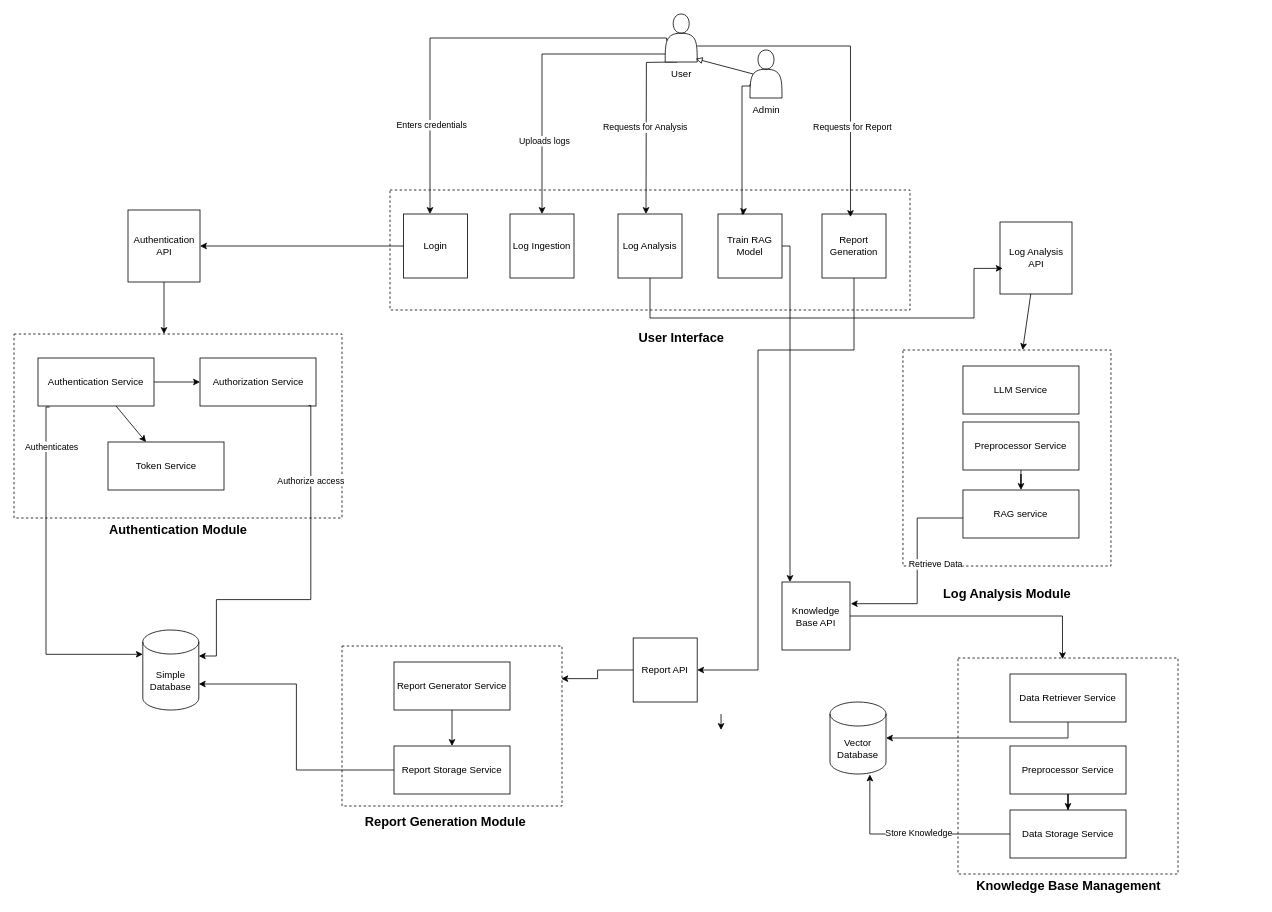
This is Untitled Diagram.drawio from Noumannomi123/LogsMate, a draw.io file, before an edit. Source tidied: cells renumbered, new cells numbered last; positions are measured from the earlier drawing's top-left corner, leaving out a move shared by most shapes. Both pictures are drawn from the tidied source at 80%, with x=0, y=0 at pixel (14, 14).
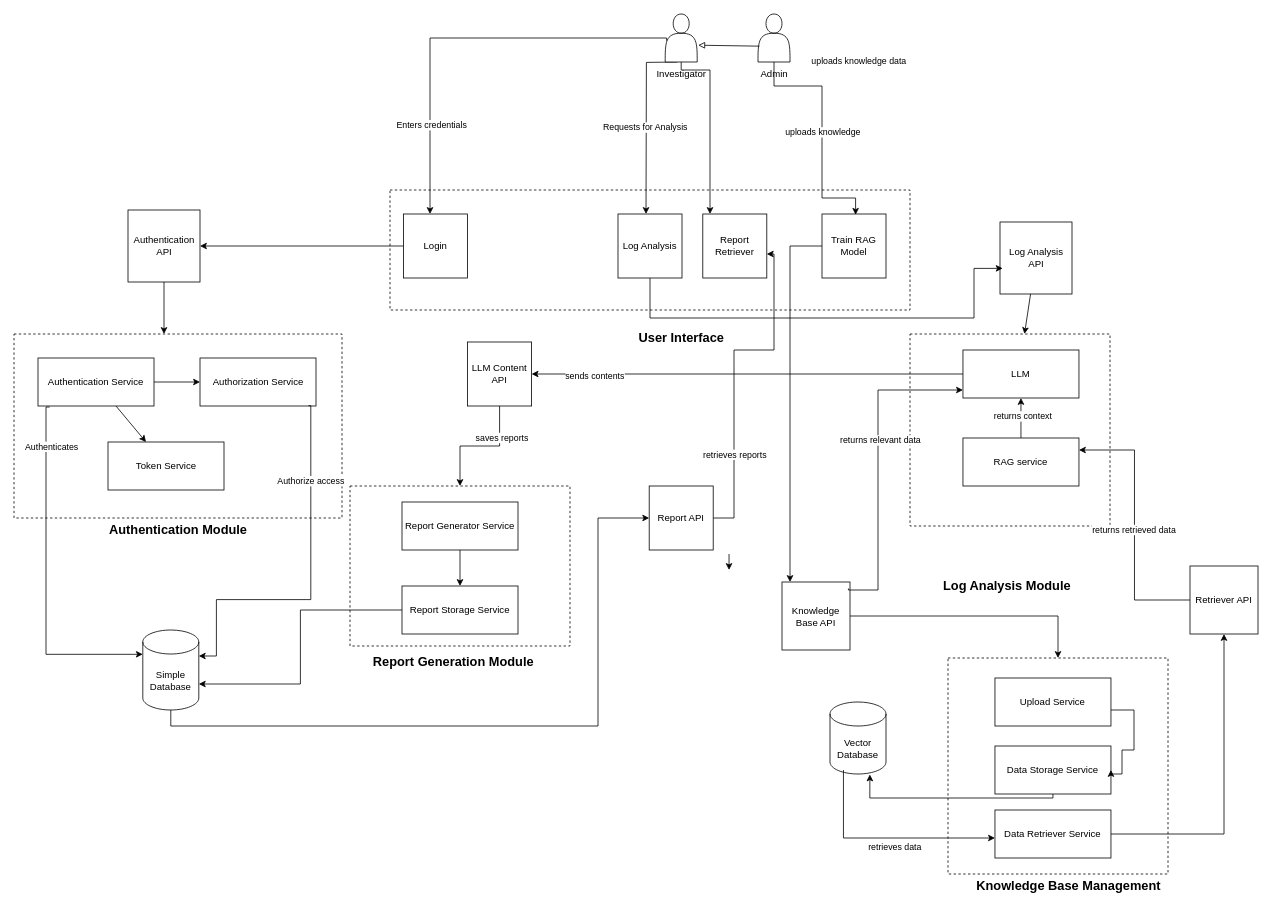
After the change.

Unchanged cells that the change refers to:
```xml
<mxCell id="7" style="shape=actor;whiteSpace=wrap;html=1;" parent="1" vertex="1">
  <mxGeometry x="814" width="40" height="60" as="geometry" />
</mxCell>
<mxCell id="19" value="Simple Database" style="shape=cylinder3;whiteSpace=wrap;html=1;boundedLbl=1;backgroundOutline=1;size=15;" parent="1" vertex="1">
  <mxGeometry x="161" y="770" width="70" height="100" as="geometry" />
</mxCell>
<mxCell id="42" value="Vector Database" style="shape=cylinder3;whiteSpace=wrap;html=1;boundedLbl=1;backgroundOutline=1;size=15;" parent="1" vertex="1">
  <mxGeometry x="1020" y="860" width="70" height="90" as="geometry" />
</mxCell>
<mxCell id="44" value="Knowledge Base API" style="whiteSpace=wrap;html=1;" parent="1" vertex="1">
  <mxGeometry x="960" y="710" width="85" height="85" as="geometry" />
</mxCell>
```

The edit, as a diff of the source:
```diff
@@
     <mxCell id="2" style="shape=actor;whiteSpace=wrap;html=1;" parent="1" vertex="1">
-      <mxGeometry x="920" y="45" width="40" height="60" as="geometry" />
+      <mxGeometry x="930" width="40" height="60" as="geometry" />
     </mxCell>
@@
+    <mxCell id="58" style="edgeStyle=orthogonalEdgeStyle;rounded=0;jettySize=auto;html=1;" parent="1" edge="1" source="7" target="56">
+      <mxGeometry relative="1" as="geometry">
+        <Array as="points">
+          <mxPoint x="834" y="70" />
+          <mxPoint x="870" y="70" />
+        </Array>
+      </mxGeometry>
+    </mxCell>
@@
-    <mxCell id="8" value="User" style="text;html=1;align=center;verticalAlign=middle;strokeColor=none;fillColor=none;" parent="1" vertex="1">
-      <mxGeometry x="809" y="60" width="50" height="30" as="geometry" />
+    <mxCell id="8" value="Investigator" style="text;html=1;align=center;verticalAlign=middle;strokeColor=none;fillColor=none;" parent="1" vertex="1">
+      <mxGeometry x="789" y="60" width="90" height="30" as="geometry" />
     </mxCell>
@@
-    <mxCell id="22" value="Log Ingestion" style="whiteSpace=wrap;html=1;" parent="1" vertex="1">
-      <mxGeometry x="620" y="250" width="80" height="80" as="geometry" />
-    </mxCell>
@@
-    <mxCell id="27" style="edgeStyle=orthogonalEdgeStyle;rounded=0;jettySize=auto;html=1;" parent="1" edge="1" source="7" target="22">
-      <mxGeometry relative="1" as="geometry">
-        <Array as="points">
-          <mxPoint x="660" y="50" />
-        </Array>
-      </mxGeometry>
-    </mxCell>
-    <mxCell id="28" value="Uploads logs" style="edgeLabel;html=1;align=center;verticalAlign=middle;" parent="27" vertex="1">
-      <mxGeometry x="0.48" y="2" relative="1" as="geometry" />
-    </mxCell>
@@
     <mxCell id="30" style="rounded=0;whiteSpace=wrap;html=1;dashed=1;" parent="1" vertex="1">
-      <mxGeometry x="1111.2" y="420" width="260" height="270" as="geometry" />
+      <mxGeometry x="1120" y="400" width="250" height="240" as="geometry" />
     </mxCell>
-    <mxCell id="31" style="edgeStyle=orthogonalEdgeStyle;rounded=0;jettySize=auto;html=1;entryX=1.012;entryY=0.319;entryDx=0;entryDy=0;entryPerimeter=0;" parent="1" edge="1" source="33" target="44">
-      <mxGeometry relative="1" as="geometry">
-        <Array as="points">
-          <mxPoint x="1129" y="630" />
-          <mxPoint x="1129" y="737" />
-        </Array>
-      </mxGeometry>
-    </mxCell>
-    <mxCell id="32" value="Retrieve Data" style="edgeLabel;html=1;align=center;verticalAlign=middle;" parent="31" vertex="1">
-      <mxGeometry x="0.07" y="2" relative="1" as="geometry">
-        <mxPoint x="20" y="-17" as="offset" />
-      </mxGeometry>
-    </mxCell>
+    <mxCell id="72" style="edgeStyle=orthogonalEdgeStyle;rounded=0;jettySize=auto;html=1;" parent="1" edge="1" source="33" target="71">
+      <mxGeometry relative="1" as="geometry">
+        <Array as="points">
+          <mxPoint x="1253" y="580" />
+          <mxPoint x="1253" y="580" />
+        </Array>
+      </mxGeometry>
+    </mxCell>
+    <mxCell id="73" value="returns context" style="edgeLabel;html=1;align=center;verticalAlign=middle;" parent="72" vertex="1">
+      <mxGeometry x="0.11" y="-2" relative="1" as="geometry" />
+    </mxCell>
     <mxCell id="33" value="RAG service" style="rounded=0;whiteSpace=wrap;html=1;" parent="1" vertex="1">
-      <mxGeometry x="1186.2" y="595" width="145" height="60" as="geometry" />
+      <mxGeometry x="1186.2" y="530" width="145" height="60" as="geometry" />
     </mxCell>
     <mxCell id="34" value="&lt;b&gt;&lt;font style=&quot;font-size: 16px;&quot;&gt;Log Analysis Module&lt;/font&gt;&lt;/b&gt;" style="text;html=1;align=center;verticalAlign=middle;strokeColor=none;fillColor=none;" parent="1" vertex="1">
-      <mxGeometry x="1151.2" y="710" width="180" height="30" as="geometry" />
+      <mxGeometry x="1151.2" y="700" width="180" height="30" as="geometry" />
     </mxCell>
@@
     <mxCell id="38" style="rounded=0;whiteSpace=wrap;html=1;dashed=1;" parent="1" vertex="1">
-      <mxGeometry x="1180" y="805" width="275" height="270" as="geometry" />
+      <mxGeometry x="1167.5" y="805" width="275" height="270" as="geometry" />
     </mxCell>
-    <mxCell id="39" style="edgeStyle=orthogonalEdgeStyle;rounded=0;jettySize=auto;html=1;" parent="1" edge="1" source="40" target="42">
-      <mxGeometry relative="1" as="geometry">
-        <Array as="points">
-          <mxPoint x="1317" y="905" />
-        </Array>
-      </mxGeometry>
-    </mxCell>
+    <mxCell id="74" style="edgeStyle=orthogonalEdgeStyle;rounded=0;jettySize=auto;html=1;entryX=0.5;entryY=1;entryDx=0;entryDy=0;" parent="1" edge="1" source="40" target="86">
+      <mxGeometry relative="1" as="geometry" />
+    </mxCell>
     <mxCell id="40" value="Data Retriever Service" style="rounded=0;whiteSpace=wrap;html=1;" parent="1" vertex="1">
-      <mxGeometry x="1245" y="825" width="145" height="60" as="geometry" />
+      <mxGeometry x="1226.2" y="995" width="145" height="60" as="geometry" />
     </mxCell>
@@
-    <mxCell id="43" style="edgeStyle=orthogonalEdgeStyle;rounded=0;jettySize=auto;html=1;entryX=0.475;entryY=0.005;entryDx=0;entryDy=0;entryPerimeter=0;" parent="1" edge="1" source="44" target="38">
+    <mxCell id="43" style="edgeStyle=orthogonalEdgeStyle;rounded=0;jettySize=auto;html=1;" parent="1" edge="1" source="44" target="38">
       <mxGeometry relative="1" as="geometry" />
     </mxCell>
@@
     <mxCell id="45" value="Data Storage Service" style="rounded=0;whiteSpace=wrap;html=1;" parent="1" vertex="1">
-      <mxGeometry x="1245" y="995" width="145" height="60" as="geometry" />
+      <mxGeometry x="1226.2" y="915" width="145" height="60" as="geometry" />
     </mxCell>
     <mxCell id="46" style="edgeStyle=orthogonalEdgeStyle;rounded=0;jettySize=auto;html=1;entryX=0.712;entryY=1.006;entryDx=0;entryDy=0;entryPerimeter=0;" parent="1" edge="1" source="45" target="42">
-      <mxGeometry relative="1" as="geometry" />
+      <mxGeometry relative="1" as="geometry">
+        <Array as="points">
+          <mxPoint x="1070" y="980" />
+        </Array>
+      </mxGeometry>
     </mxCell>
-    <mxCell id="47" value="Store Knowledge" style="edgeLabel;html=1;align=center;verticalAlign=middle;" parent="46" vertex="1">
+    <mxCell id="47" value="retrieves data" style="edgeLabel;html=1;align=center;verticalAlign=middle;" parent="46" vertex="1">
       <mxGeometry x="-0.61" y="-1" relative="1" as="geometry">
-        <mxPoint x="-66" y="-1" as="offset" />
+        <mxPoint x="-152" y="61" as="offset" />
       </mxGeometry>
     </mxCell>
     <mxCell id="48" style="edgeStyle=orthogonalEdgeStyle;rounded=0;orthogonalLoop=1;jettySize=auto;html=1;entryX=0.5;entryY=0;entryDx=0;entryDy=0;" parent="46" edge="1">
       <mxGeometry relative="1" as="geometry">
-        <mxPoint x="883.8" y="875" as="sourcePoint" />
-        <mxPoint x="883.8" y="895" as="targetPoint" />
+        <mxPoint x="893.8" y="675" as="sourcePoint" />
+        <mxPoint x="893.8" y="695" as="targetPoint" />
       </mxGeometry>
     </mxCell>
@@
     <mxCell id="50" value="Train RAG Model" style="whiteSpace=wrap;html=1;" parent="1" vertex="1">
-      <mxGeometry x="880" y="250" width="80" height="80" as="geometry" />
+      <mxGeometry x="1010" y="250" width="80" height="80" as="geometry" />
     </mxCell>
-    <mxCell id="51" style="edgeStyle=orthogonalEdgeStyle;rounded=0;jettySize=auto;html=1;entryX=0.5;entryY=0;entryDx=0;entryDy=0;" parent="1" edge="1" source="52" target="33">
-      <mxGeometry relative="1" as="geometry" />
-    </mxCell>
-    <mxCell id="52" value="Preprocessor Service" style="rounded=0;whiteSpace=wrap;html=1;" parent="1" vertex="1">
-      <mxGeometry x="1186.2" y="510" width="145" height="60" as="geometry" />
-    </mxCell>
-    <mxCell id="53" style="edgeStyle=orthogonalEdgeStyle;rounded=0;jettySize=auto;html=1;entryX=0.5;entryY=0;entryDx=0;entryDy=0;" parent="1" edge="1" source="54" target="45">
-      <mxGeometry relative="1" as="geometry" />
+    <mxCell id="53" style="edgeStyle=orthogonalEdgeStyle;rounded=0;jettySize=auto;html=1;entryX=1;entryY=0.5;entryDx=0;entryDy=0;" parent="1" edge="1" source="54" target="45">
+      <mxGeometry relative="1" as="geometry">
+        <Array as="points">
+          <mxPoint x="1400" y="870" />
+          <mxPoint x="1400" y="920" />
+          <mxPoint x="1385" y="920" />
+          <mxPoint x="1385" y="950" />
+        </Array>
+      </mxGeometry>
     </mxCell>
-    <mxCell id="54" value="Preprocessor Service" style="rounded=0;whiteSpace=wrap;html=1;" parent="1" vertex="1">
-      <mxGeometry x="1245" y="915" width="145" height="60" as="geometry" />
+    <mxCell id="54" value="Upload Service" style="rounded=0;whiteSpace=wrap;html=1;" parent="1" vertex="1">
+      <mxGeometry x="1226.2" y="830" width="145" height="60" as="geometry" />
     </mxCell>
-    <mxCell id="55" style="edgeStyle=orthogonalEdgeStyle;rounded=0;jettySize=auto;html=1;" parent="1" edge="1" source="56" target="60">
+    <mxCell id="55" style="edgeStyle=orthogonalEdgeStyle;rounded=0;jettySize=auto;html=1;" parent="1" edge="1" source="60" target="56">
       <mxGeometry relative="1" as="geometry">
         <Array as="points">
-          <mxPoint x="1050" y="420" />
-          <mxPoint x="930" y="420" />
-          <mxPoint x="930" y="820" />
-          <mxPoint x="774" y="820" />
+          <mxPoint x="900" y="630" />
+          <mxPoint x="900" y="420" />
+          <mxPoint x="950" y="420" />
+          <mxPoint x="950" y="300" />
         </Array>
       </mxGeometry>
     </mxCell>
+    <mxCell id="75" value="retrieves reports" style="edgeLabel;html=1;align=center;verticalAlign=middle;" parent="55" vertex="1">
+      <mxGeometry x="-0.49" relative="1" as="geometry" />
+    </mxCell>
-    <mxCell id="56" value="Report Generation" style="whiteSpace=wrap;html=1;" parent="1" vertex="1">
-      <mxGeometry x="1010" y="250" width="80" height="80" as="geometry" />
+    <mxCell id="56" value="Report Retriever" style="whiteSpace=wrap;html=1;" parent="1" vertex="1">
+      <mxGeometry x="861" y="250" width="80" height="80" as="geometry" />
     </mxCell>
@@
-    <mxCell id="58" style="edgeStyle=orthogonalEdgeStyle;rounded=0;jettySize=auto;html=1;entryX=0.445;entryY=0.047;entryDx=0;entryDy=0;entryPerimeter=0;" parent="1" edge="1" source="7" target="56">
-      <mxGeometry relative="1" as="geometry">
-        <Array as="points">
-          <mxPoint x="1046" y="40" />
-        </Array>
-      </mxGeometry>
-    </mxCell>
-    <mxCell id="59" value="Requests for Report" style="edgeLabel;html=1;align=center;verticalAlign=middle;" parent="58" vertex="1">
-      <mxGeometry x="0.44" y="2" relative="1" as="geometry" />
-    </mxCell>
     <mxCell id="60" value="Report API" style="whiteSpace=wrap;html=1;" parent="1" vertex="1">
-      <mxGeometry x="774" y="780" width="80" height="80" as="geometry" />
+      <mxGeometry x="794" y="590" width="80" height="80" as="geometry" />
     </mxCell>
     <mxCell id="61" style="rounded=0;whiteSpace=wrap;html=1;dashed=1;" parent="1" vertex="1">
-      <mxGeometry x="410" y="790" width="275" height="200" as="geometry" />
+      <mxGeometry x="420" y="590" width="275" height="200" as="geometry" />
     </mxCell>
@@
     <mxCell id="63" value="Report Generator Service" style="rounded=0;whiteSpace=wrap;html=1;" parent="1" vertex="1">
-      <mxGeometry x="475" y="810" width="145" height="60" as="geometry" />
+      <mxGeometry x="485" y="610" width="145" height="60" as="geometry" />
     </mxCell>
     <mxCell id="64" value="&lt;b&gt;&lt;font style=&quot;font-size: 16px;&quot;&gt;Report Generation Module&lt;/font&gt;&lt;/b&gt;" style="text;html=1;align=center;verticalAlign=middle;strokeColor=none;fillColor=none;" parent="1" vertex="1">
-      <mxGeometry x="428.8" y="995" width="220" height="30" as="geometry" />
+      <mxGeometry x="438.8" y="795" width="220" height="30" as="geometry" />
     </mxCell>
-    <mxCell id="65" style="edgeStyle=orthogonalEdgeStyle;rounded=0;jettySize=auto;html=1;entryX=0.997;entryY=0.204;entryDx=0;entryDy=0;entryPerimeter=0;" parent="1" edge="1" source="60" target="61">
-      <mxGeometry relative="1" as="geometry" />
-    </mxCell>
     <mxCell id="66" value="Report Storage Service" style="rounded=0;whiteSpace=wrap;html=1;" parent="1" vertex="1">
-      <mxGeometry x="475" y="915" width="145" height="60" as="geometry" />
+      <mxGeometry x="485" y="715" width="145" height="60" as="geometry" />
     </mxCell>
@@
     <mxCell id="68" value="Admin" style="text;html=1;align=center;verticalAlign=middle;strokeColor=none;fillColor=none;" parent="1" vertex="1">
-      <mxGeometry x="910" y="105" width="60" height="30" as="geometry" />
+      <mxGeometry x="920" y="60" width="60" height="30" as="geometry" />
     </mxCell>
-    <mxCell id="69" style="edgeStyle=orthogonalEdgeStyle;rounded=0;jettySize=auto;html=1;entryX=0.396;entryY=0.016;entryDx=0;entryDy=0;entryPerimeter=0;exitX=0.003;exitY=0.715;exitDx=0;exitDy=0;exitPerimeter=0;" parent="1" edge="1" source="2" target="50">
+    <mxCell id="69" style="edgeStyle=orthogonalEdgeStyle;rounded=0;jettySize=auto;html=1;exitX=0.5;exitY=1;exitDx=0;exitDy=0;" parent="1" edge="1" source="2">
       <mxGeometry relative="1" as="geometry">
+        <mxPoint x="1052" y="251" as="targetPoint" />
         <Array as="points">
-          <mxPoint x="920" y="90" />
-          <mxPoint x="910" y="90" />
-          <mxPoint x="910" y="250" />
-          <mxPoint x="912" y="250" />
+          <mxPoint x="950" y="90" />
+          <mxPoint x="1010" y="90" />
+          <mxPoint x="1010" y="230" />
+          <mxPoint x="1052" y="230" />
         </Array>
       </mxGeometry>
     </mxCell>
+    <mxCell id="76" value="uploads knowledge data" style="edgeLabel;html=1;align=center;verticalAlign=middle;" parent="69" vertex="1">
+      <mxGeometry x="0.07" y="-1" relative="1" as="geometry">
+        <mxPoint x="46" y="-99" as="offset" />
+      </mxGeometry>
+    </mxCell>
+    <mxCell id="77" value="uploads knowledge" style="edgeLabel;html=1;align=center;verticalAlign=middle;" parent="69" vertex="1">
+      <mxGeometry relative="1" as="geometry" />
+    </mxCell>
-    <mxCell id="70" style="endArrow=block;endFill=0;html=1;rounded=0;exitX=0.1;exitY=0.5;exitDx=0;exitDy=0;exitPerimeter=0;" parent="1" edge="1" source="2">
-      <mxGeometry relative="1" as="geometry">
-        <mxPoint x="852.2" y="56" as="targetPoint" />
-      </mxGeometry>
+    <mxCell id="70" style="endArrow=block;endFill=0;html=1;rounded=0;exitX=0.047;exitY=0.67;exitDx=0;exitDy=0;exitPerimeter=0;entryX=1.032;entryY=0.65;entryDx=0;entryDy=0;entryPerimeter=0;" parent="1" edge="1" source="2" target="7">
+      <mxGeometry relative="1" as="geometry" />
     </mxCell>
+    <mxCell id="78" style="edgeStyle=orthogonalEdgeStyle;rounded=0;jettySize=auto;html=1;exitX=0.977;exitY=0.096;exitDx=0;exitDy=0;exitPerimeter=0;" parent="1" edge="1" source="44" target="71">
+      <mxGeometry relative="1" as="geometry">
+        <Array as="points">
+          <mxPoint x="1043" y="720" />
+          <mxPoint x="1080" y="720" />
+          <mxPoint x="1080" y="470" />
+        </Array>
+      </mxGeometry>
+    </mxCell>
+    <mxCell id="79" value="returns relevant data" style="edgeLabel;html=1;align=center;verticalAlign=middle;" parent="78" vertex="1">
+      <mxGeometry x="0.05" y="-2" relative="1" as="geometry">
+        <mxPoint y="-19" as="offset" />
+      </mxGeometry>
+    </mxCell>
+    <mxCell id="80" style="edgeStyle=orthogonalEdgeStyle;rounded=0;jettySize=auto;html=1;entryX=1;entryY=0.5;entryDx=0;entryDy=0;" parent="1" edge="1" source="71" target="90">
+      <mxGeometry relative="1" as="geometry" />
+    </mxCell>
+    <mxCell id="81" value="sends contents" style="edgeLabel;html=1;align=center;verticalAlign=middle;" parent="80" vertex="1">
+      <mxGeometry x="0.71" y="2" relative="1" as="geometry" />
+    </mxCell>
-    <mxCell id="71" value="LLM Service" style="rounded=0;whiteSpace=wrap;html=1;" parent="1" vertex="1">
-      <mxGeometry x="1186.2" y="440" width="145" height="60" as="geometry" />
+    <mxCell id="71" value="LLM" style="rounded=0;whiteSpace=wrap;html=1;" parent="1" vertex="1">
+      <mxGeometry x="1186.2" y="420" width="145" height="60" as="geometry" />
     </mxCell>
+    <mxCell id="82" style="edgeStyle=orthogonalEdgeStyle;rounded=0;jettySize=auto;html=1;exitX=0.24;exitY=0.945;exitDx=0;exitDy=0;exitPerimeter=0;" parent="1" edge="1" source="42" target="40">
+      <mxGeometry relative="1" as="geometry">
+        <Array as="points">
+          <mxPoint x="1037" y="1030" />
+        </Array>
+      </mxGeometry>
+    </mxCell>
+    <mxCell id="83" style="edgeStyle=orthogonalEdgeStyle;rounded=0;orthogonalLoop=1;jettySize=auto;html=1;entryX=1;entryY=0.5;entryDx=0;entryDy=0;" parent="1" edge="1">
+      <mxGeometry relative="1" as="geometry">
+        <mxPoint x="1713.8" y="945" as="targetPoint" />
+        <Array as="points">
+          <mxPoint x="1742.5" y="870" />
+          <mxPoint x="1742.5" y="920" />
+          <mxPoint x="1727.5" y="920" />
+          <mxPoint x="1727.5" y="950" />
+        </Array>
+      </mxGeometry>
+    </mxCell>
+    <mxCell id="84" style="edgeStyle=orthogonalEdgeStyle;rounded=0;jettySize=auto;html=1;entryX=1;entryY=0.25;entryDx=0;entryDy=0;" parent="1" edge="1" source="86" target="33">
+      <mxGeometry relative="1" as="geometry" />
+    </mxCell>
+    <mxCell id="85" value="returns retrieved data" style="edgeLabel;html=1;align=center;verticalAlign=middle;" parent="84" vertex="1">
+      <mxGeometry x="-0.04" y="1" relative="1" as="geometry" />
+    </mxCell>
+    <mxCell id="86" value="Retriever API" style="whiteSpace=wrap;html=1;" parent="1" vertex="1">
+      <mxGeometry x="1470" y="690" width="85" height="85" as="geometry" />
+    </mxCell>
+    <mxCell id="87" style="edgeStyle=orthogonalEdgeStyle;rounded=0;jettySize=auto;html=1;exitX=0.5;exitY=1;exitDx=0;exitDy=0;exitPerimeter=0;" parent="1" edge="1" source="19" target="60">
+      <mxGeometry relative="1" as="geometry">
+        <Array as="points">
+          <mxPoint x="196" y="890" />
+          <mxPoint x="730" y="890" />
+          <mxPoint x="730" y="630" />
+        </Array>
+      </mxGeometry>
+    </mxCell>
+    <mxCell id="88" style="edgeStyle=orthogonalEdgeStyle;rounded=0;jettySize=auto;html=1;" parent="1" edge="1" source="90" target="61">
+      <mxGeometry relative="1" as="geometry" />
+    </mxCell>
+    <mxCell id="89" value="saves reports" style="edgeLabel;html=1;align=center;verticalAlign=middle;" parent="88" vertex="1">
+      <mxGeometry x="-0.48" y="2" relative="1" as="geometry" />
+    </mxCell>
+    <mxCell id="90" value="LLM Content API" style="whiteSpace=wrap;html=1;" parent="1" vertex="1">
+      <mxGeometry x="567" y="410" width="80" height="80" as="geometry" />
+    </mxCell>
```
